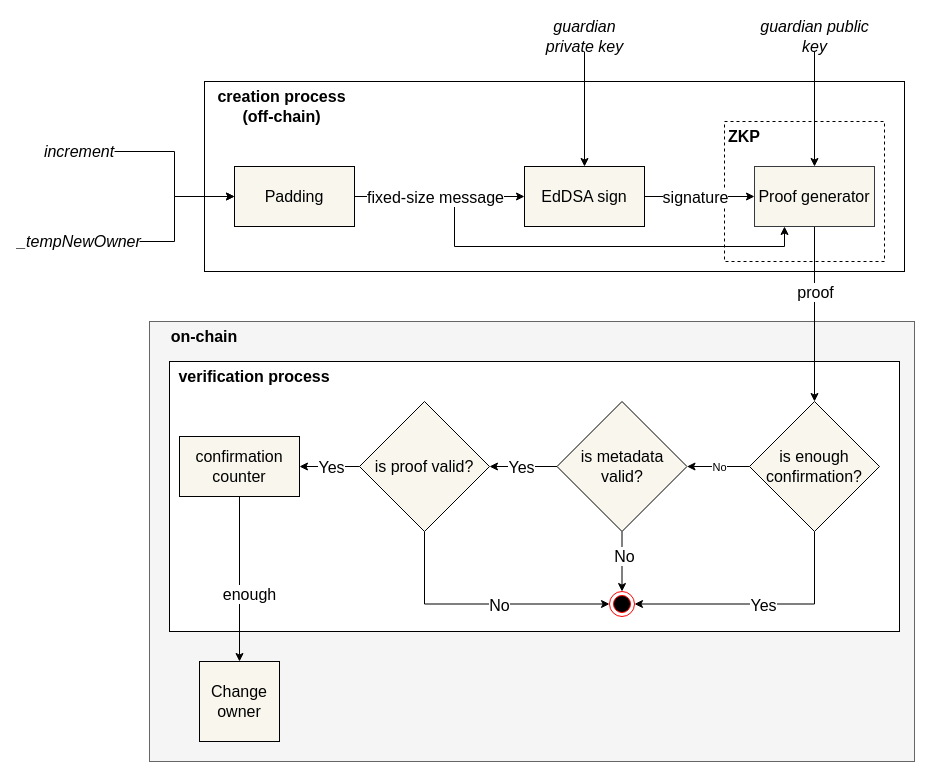
Before: page "verification-process" (15 of 23) of documents/master.drawio in phamhongphuc1999/account-abstraction-app, a draw.io diagram. Source tidied: cells renumbered, new cells numbered last; positions are measured from the earlier drawing's top-left corner, leaving out a move shared by most shapes. Both pictures are drawn from the tidied source at 100%, with x=0, y=0 at pixel (19, 21).
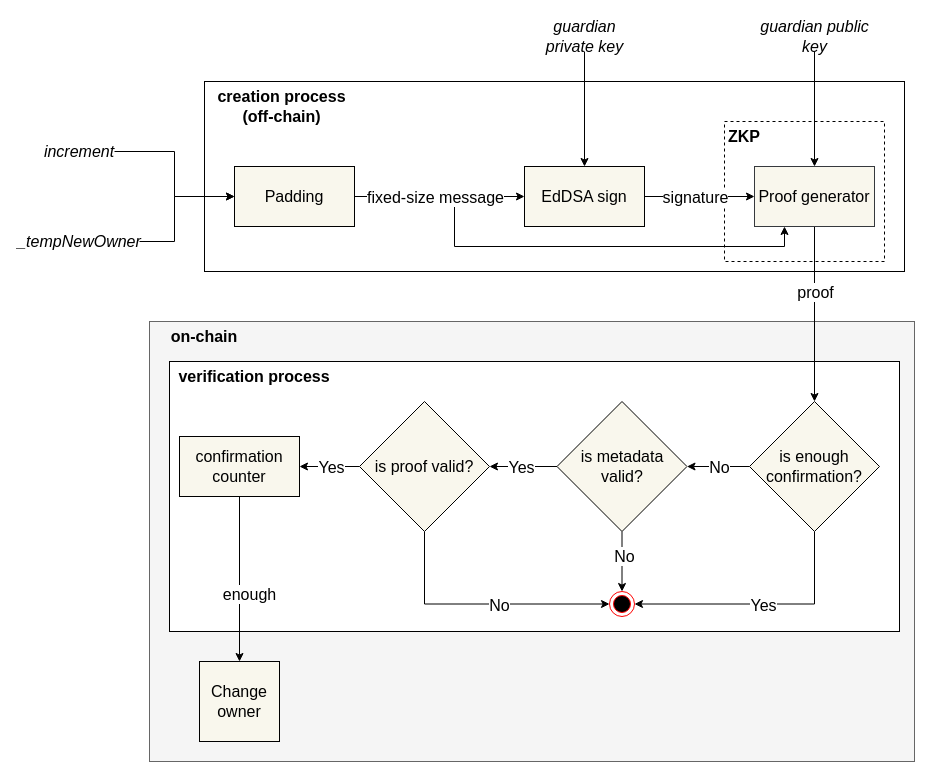
The same diagram, later.

The change refers to these unchanged cells:
```xml
<mxCell id="24" value="is enough confirmation?" style="rhombus;whiteSpace=wrap;html=1;fillColor=#F9F7ED;fontSize=16;" parent="1" vertex="1">
  <mxGeometry x="730" y="380" width="130" height="130" as="geometry" />
</mxCell>
<mxCell id="47" value="is metadata valid?" style="rhombus;whiteSpace=wrap;html=1;fillColor=#F9F7ED;fontSize=16;" parent="1" vertex="1">
  <mxGeometry x="537.5" y="380" width="130" height="130" as="geometry" />
</mxCell>
```

The edit, as a diff of the source:
```diff
@@
-    <mxCell id="22" style="edgeStyle=orthogonalEdgeStyle;rounded=0;jettySize=auto;html=1;" parent="1" edge="1" source="24" target="47">
+    <mxCell id="22" style="edgeStyle=orthogonalEdgeStyle;rounded=0;jettySize=auto;html=1;fontSize=16;" parent="1" edge="1" source="24" target="47">
       <mxGeometry relative="1" as="geometry" />
     </mxCell>
-    <mxCell id="23" value="No" style="edgeLabel;html=1;align=center;verticalAlign=middle;" parent="22" vertex="1">
+    <mxCell id="23" value="No" style="edgeLabel;html=1;align=center;verticalAlign=middle;fontSize=16;" parent="22" vertex="1">
       <mxGeometry relative="1" as="geometry" />
     </mxCell>
```
